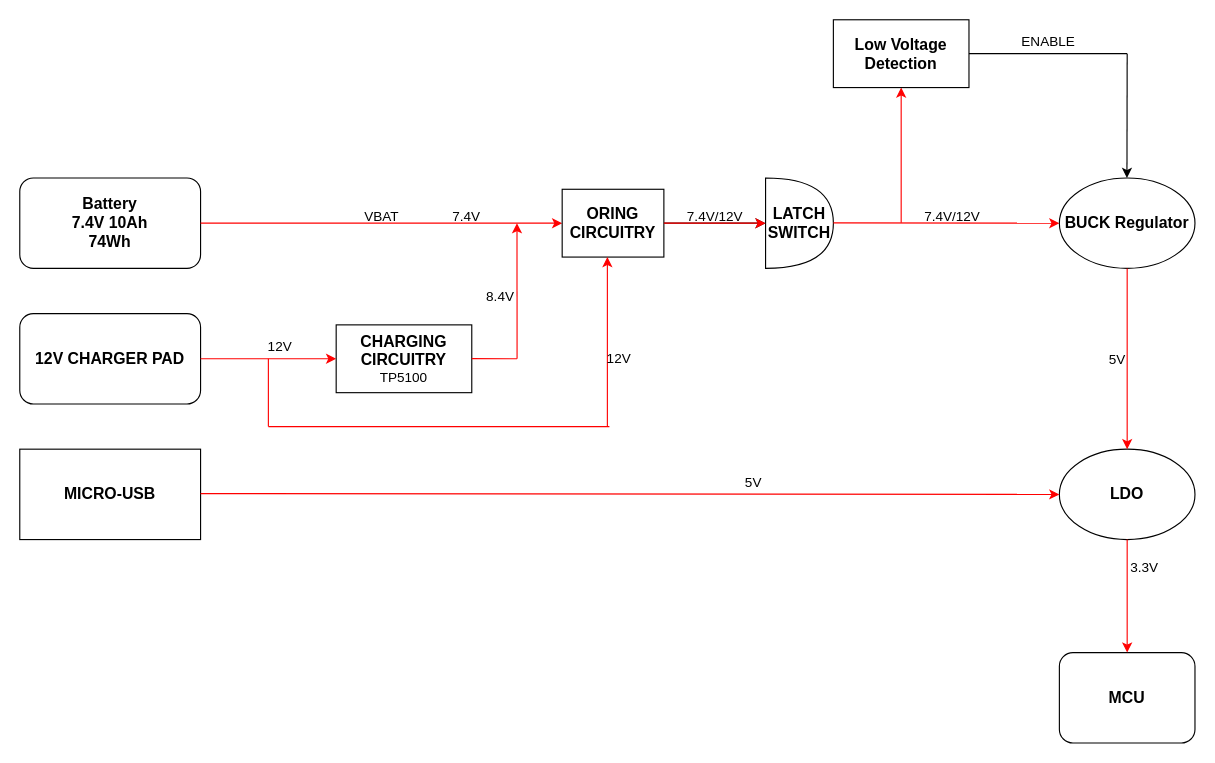
Above: Documents/Design approach.drawio in eSpark-Backup/jakekrum-catanboard (draw.io), before the change. Source tidied: cells renumbered, new cells numbered last; positions are measured from the earlier drawing's top-left corner, leaving out a move shared by most shapes. Both pictures are drawn from the tidied source at 113%, with x=0, y=0 at pixel (19, 19).
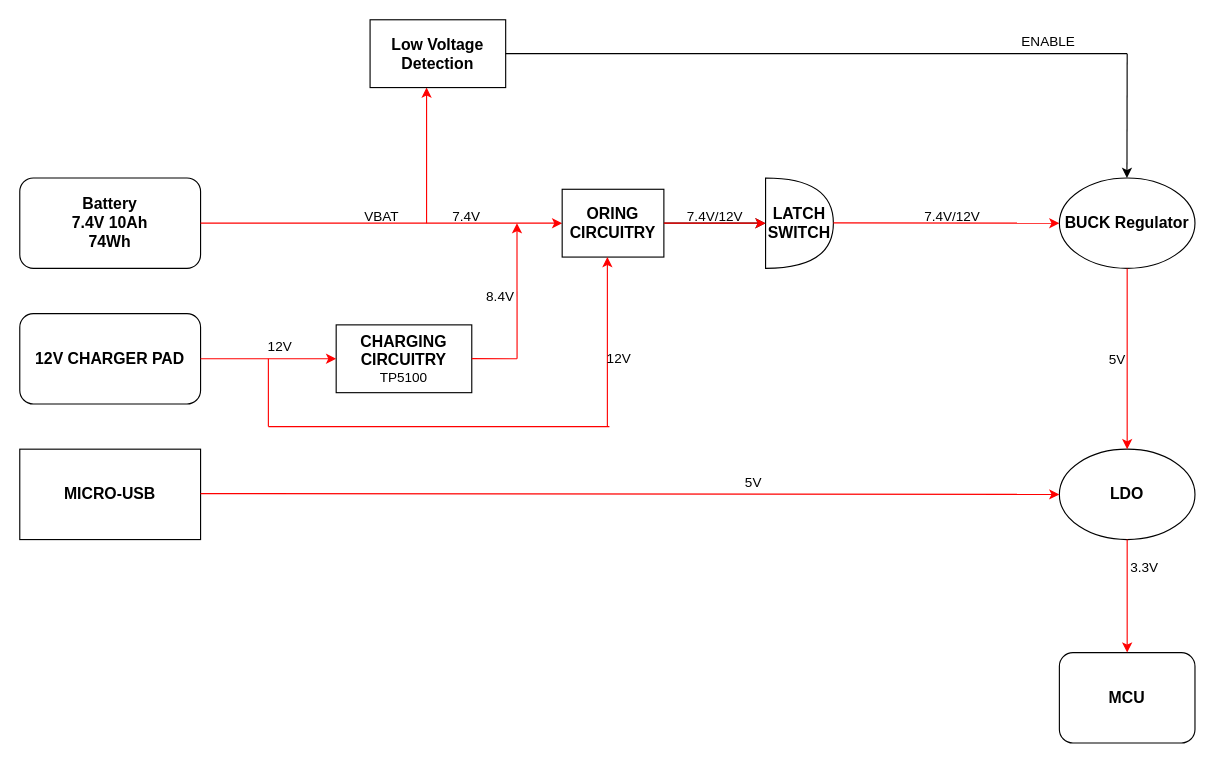
Above is the later version.

Commit message (it also covers changes not shown here):
#3 Design final with 3 points to replace

The edit, as a diff of the source:
```diff
@@
     <mxCell id="15" style="endArrow=classic;html=1;rounded=0;strokeColor=#FF0000;" parent="1" edge="1">
       <mxGeometry relative="1" as="geometry">
-        <mxPoint x="780" y="179.6" as="sourcePoint" />
-        <mxPoint x="780" y="60" as="targetPoint" />
+        <mxPoint x="360" y="180" as="sourcePoint" />
+        <mxPoint x="360" y="60" as="targetPoint" />
       </mxGeometry>
     </mxCell>
     <mxCell id="16" value="&lt;font style=&quot;font-size: 14px;&quot;&gt;&lt;b&gt;Low Voltage Detection&lt;/b&gt;&lt;/font&gt;" style="rounded=0;whiteSpace=wrap;html=1;" parent="1" vertex="1">
-      <mxGeometry x="720" width="120" height="60" as="geometry" />
+      <mxGeometry x="310" width="120" height="60" as="geometry" />
     </mxCell>
-    <mxCell id="17" style="endArrow=none;html=1;rounded=0;" parent="1" edge="1">
+    <mxCell id="17" style="endArrow=none;html=1;rounded=0;exitX=1;exitY=0.5;exitDx=0;exitDy=0;" parent="1" edge="1" source="16">
       <mxGeometry relative="1" as="geometry">
-        <mxPoint x="840" y="30" as="sourcePoint" />
         <mxPoint x="980" y="30" as="targetPoint" />
       </mxGeometry>
     </mxCell>
```
